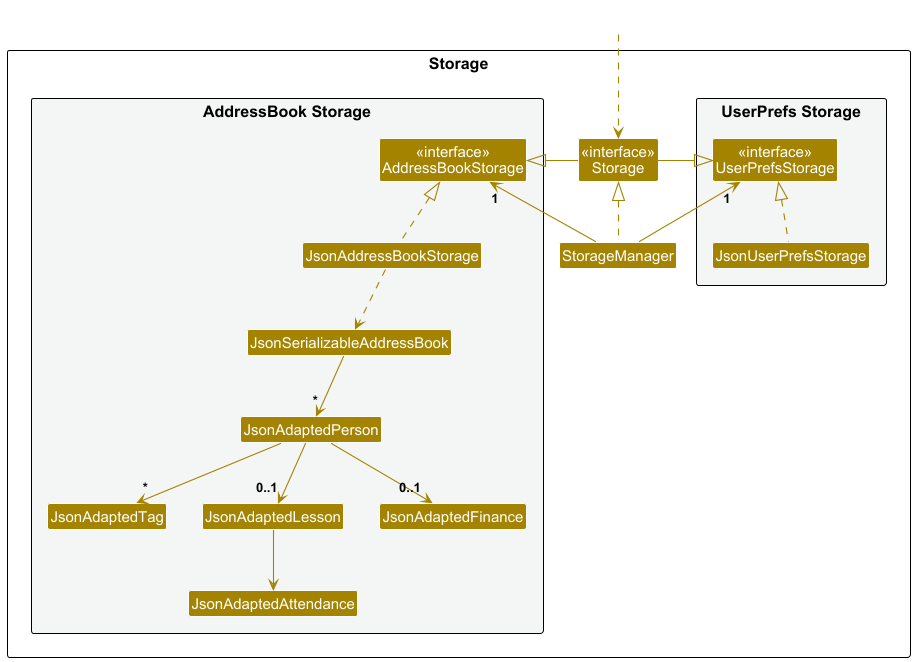
The PlantUML diagram docs/images/StorageClassDiagram.png in AY2526S1-CS2103T-T14-1/tp, before a commit.
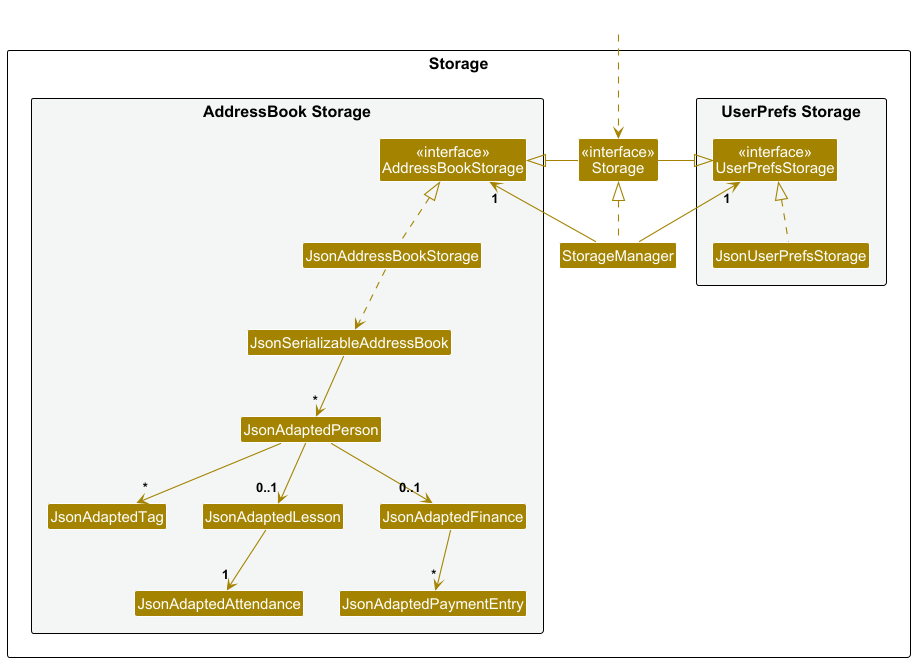
After the change.

The edit, as a diff of the source:
```diff
@@ -23,6 +23,7 @@
 Class JsonAdaptedLesson
 Class JsonAdaptedAttendance
 Class JsonAdaptedFinance
+Class JsonAdaptedPaymentEntry
 }
 
 }
@@ -44,5 +45,6 @@
 JsonAdaptedPerson --> "*" JsonAdaptedTag
 JsonAdaptedPerson --> "0..1" JsonAdaptedLesson
 JsonAdaptedPerson --> "0..1" JsonAdaptedFinance
-JsonAdaptedLesson --> JsonAdaptedAttendance
+JsonAdaptedLesson --> "1" JsonAdaptedAttendance
+JsonAdaptedFinance --> "*" JsonAdaptedPaymentEntry
 @enduml
```
